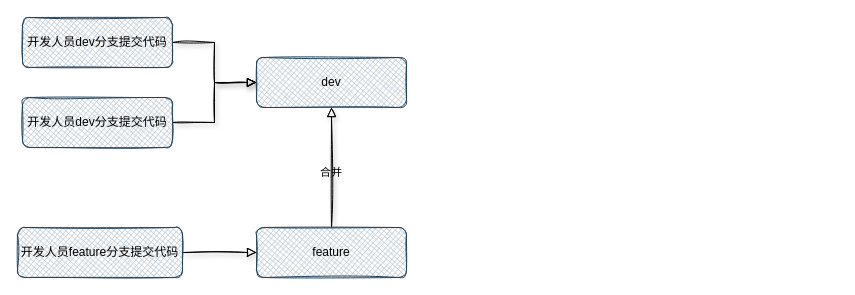
Above: 未命名绘图.drawio in lngg057/TestOne (draw.io), before the change. Source tidied: cells renumbered, new cells numbered last; positions are measured from the earlier drawing's top-left corner, leaving out a move shared by most shapes. Both pictures are drawn from the tidied source at 100%, with x=0, y=0 at pixel (17, 17).
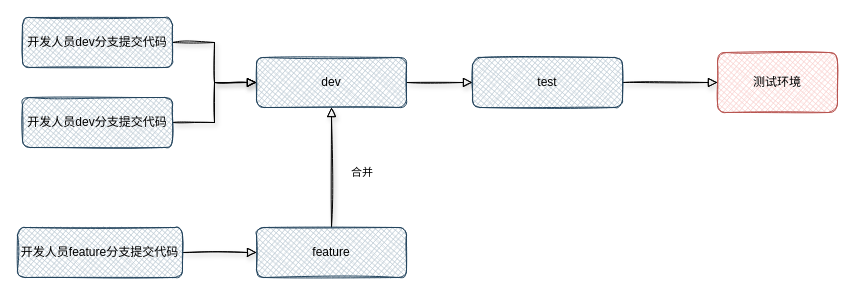
After the change.

Commit message:
更新未命名绘图.drawio

What changed in the source:
```diff
@@
 <mxGraphModel>
   <root>
     <mxCell id="0" />
     <mxCell id="1" parent="0" />
     <mxCell id="2" style="edgeStyle=orthogonalEdgeStyle;rounded=0;jettySize=auto;html=1;fontFamily=Helvetica;fontSize=11;fontColor=default;endArrow=block;endFill=0;shadow=1;sketch=1;strokeWidth=1;endSize=7;startSize=7;" parent="1" edge="1" source="3" target="4">
       <mxGeometry relative="1" as="geometry" />
     </mxCell>
     <mxCell id="3" value="开发人员dev分支提交代码" style="rounded=1;whiteSpace=wrap;html=1;fillColor=#bac8d3;strokeColor=#23445d;gradientDirection=north;shadow=0;sketch=1;glass=0;fillStyle=cross-hatch;strokeWidth=1;perimeterSpacing=0;" parent="1" vertex="1">
       <mxGeometry x="5" width="150" height="50" as="geometry" />
     </mxCell>
+    <mxCell id="12" style="edgeStyle=orthogonalEdgeStyle;shape=connector;rounded=0;sketch=1;jumpStyle=arc;jettySize=auto;html=1;shadow=1;labelBackgroundColor=default;fontFamily=Helvetica;fontSize=11;fontColor=default;endArrow=block;endFill=0;startSize=7;endSize=7;strokeColor=default;strokeWidth=1;" parent="1" edge="1" source="4" target="14">
+      <mxGeometry relative="1" as="geometry" />
+    </mxCell>
     <mxCell id="4" value="dev" style="rounded=1;whiteSpace=wrap;html=1;fillColor=#bac8d3;strokeColor=#23445d;gradientDirection=north;shadow=0;sketch=1;glass=0;fillStyle=cross-hatch;strokeWidth=1;perimeterSpacing=0;" parent="1" vertex="1">
       <mxGeometry x="239" y="40" width="150" height="50" as="geometry" />
     </mxCell>
     <mxCell id="5" style="edgeStyle=orthogonalEdgeStyle;rounded=0;jettySize=auto;html=1;entryX=0;entryY=0.5;entryDx=0;entryDy=0;fontFamily=Helvetica;fontSize=11;fontColor=default;endArrow=block;endFill=0;shadow=1;sketch=1;strokeWidth=1;endSize=7;startSize=7;" parent="1" edge="1" source="6" target="4">
       <mxGeometry relative="1" as="geometry" />
     </mxCell>
     <mxCell id="6" value="开发人员dev分支提交代码" style="rounded=1;whiteSpace=wrap;html=1;fillColor=#bac8d3;strokeColor=#23445d;gradientDirection=north;shadow=0;sketch=1;glass=0;fillStyle=cross-hatch;strokeWidth=1;perimeterSpacing=0;" parent="1" vertex="1">
       <mxGeometry x="5" y="80" width="150" height="50" as="geometry" />
     </mxCell>
     <mxCell id="7" style="edgeStyle=orthogonalEdgeStyle;rounded=0;jettySize=auto;html=1;endArrow=block;endFill=0;shadow=1;sketch=1;strokeWidth=1;endSize=7;startSize=7;" parent="1" edge="1" source="8" target="10">
       <mxGeometry relative="1" as="geometry" />
     </mxCell>
     <mxCell id="8" value="开发人员feature分支提交代码" style="rounded=1;whiteSpace=wrap;html=1;fillColor=#bac8d3;strokeColor=#23445d;gradientDirection=north;shadow=0;sketch=1;glass=0;fillStyle=cross-hatch;strokeWidth=1;perimeterSpacing=0;" parent="1" vertex="1">
       <mxGeometry y="210" width="165" height="50" as="geometry" />
     </mxCell>
     <mxCell id="9" style="edgeStyle=orthogonalEdgeStyle;jettySize=auto;html=1;entryX=0.5;entryY=1;entryDx=0;entryDy=0;rounded=0;endArrow=block;endFill=0;shadow=1;sketch=1;strokeWidth=1;endSize=7;startSize=7;jumpStyle=arc;" parent="1" edge="1" source="10" target="4">
       <mxGeometry relative="1" as="geometry" />
     </mxCell>
     <mxCell id="10" value="feature" style="rounded=1;whiteSpace=wrap;html=1;fillColor=#bac8d3;strokeColor=#23445d;gradientDirection=north;shadow=0;sketch=1;glass=0;fillStyle=cross-hatch;strokeWidth=1;perimeterSpacing=0;" parent="1" vertex="1">
       <mxGeometry x="239" y="210" width="150" height="50" as="geometry" />
     </mxCell>
     <mxCell id="11" value="合并" style="text;html=1;strokeColor=none;fillColor=none;align=center;verticalAlign=middle;whiteSpace=wrap;rounded=0;fontFamily=Helvetica;fontSize=11;fontColor=default;" parent="1" vertex="1">
-      <mxGeometry x="284" y="140" width="60" height="30" as="geometry" />
+      <mxGeometry x="315" y="140" width="60" height="30" as="geometry" />
     </mxCell>
+    <mxCell id="13" style="edgeStyle=orthogonalEdgeStyle;shape=connector;rounded=0;sketch=1;jumpStyle=arc;jettySize=auto;html=1;shadow=1;labelBackgroundColor=default;fontFamily=Helvetica;fontSize=11;fontColor=default;endArrow=block;endFill=0;startSize=7;endSize=7;strokeColor=default;strokeWidth=1;" parent="1" edge="1" source="14" target="15">
+      <mxGeometry relative="1" as="geometry" />
+    </mxCell>
+    <mxCell id="14" value="test" style="rounded=1;whiteSpace=wrap;html=1;fillColor=#bac8d3;strokeColor=#23445d;gradientDirection=north;shadow=0;sketch=1;glass=0;fillStyle=cross-hatch;strokeWidth=1;perimeterSpacing=0;" parent="1" vertex="1">
+      <mxGeometry x="455" y="40" width="150" height="50" as="geometry" />
+    </mxCell>
+    <mxCell id="15" value="测试环境" style="whiteSpace=wrap;html=1;fillColor=#f8cecc;strokeColor=#b85450;rounded=1;gradientDirection=north;shadow=0;sketch=1;glass=0;fillStyle=cross-hatch;strokeWidth=1;" parent="1" vertex="1">
+      <mxGeometry x="700" y="35" width="120" height="60" as="geometry" />
+    </mxCell>
   </root>
 </mxGraphModel>
```
